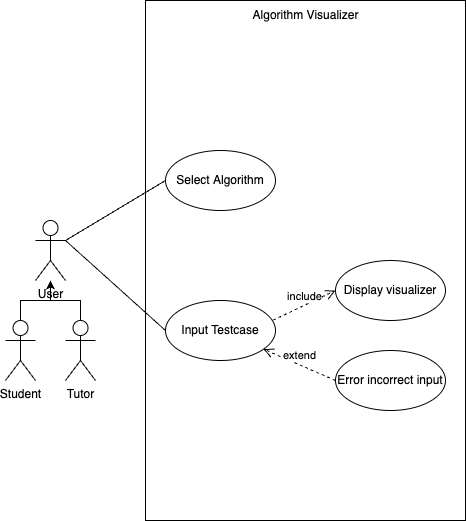
Above: Untitled Diagram.drawio.png in Mitansh007/SE (draw.io), before the change. Source tidied: cells renumbered, new cells last; positions are measured from the earlier drawing's top-left corner, leaving out a move shared by most shapes.
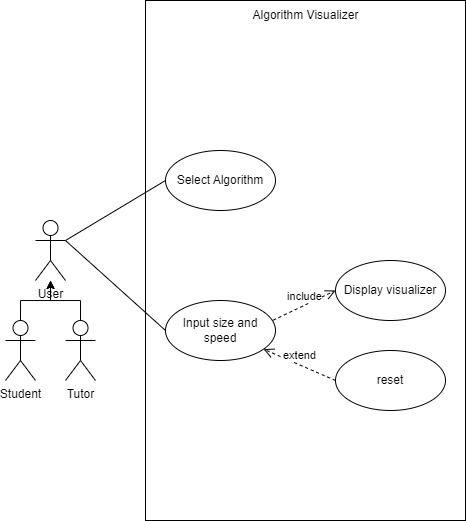
After the change.

The edit, as a diff of the source:
```diff
@@ -14,7 +14,7 @@
     <mxCell id="5" value="Select Algorithm" style="ellipse;whiteSpace=wrap;html=1;" parent="1" vertex="1">
       <mxGeometry x="160" y="150" width="110" height="60" as="geometry" />
     </mxCell>
-    <mxCell id="6" value="Input Testcase" style="ellipse;whiteSpace=wrap;html=1;" parent="1" vertex="1">
+    <mxCell id="6" value="Input size and speed" style="ellipse;whiteSpace=wrap;html=1;" parent="1" vertex="1">
       <mxGeometry x="160" y="300" width="110" height="60" as="geometry" />
     </mxCell>
     <mxCell id="7" style="endArrow=none;html=1;rounded=0;entryX=0;entryY=0.5;entryDx=0;entryDy=0;" parent="1" edge="1" target="5">
@@ -30,7 +30,7 @@
     <mxCell id="9" value="Display visualizer" style="ellipse;whiteSpace=wrap;html=1;" parent="1" vertex="1">
       <mxGeometry x="330" y="260" width="110" height="60" as="geometry" />
     </mxCell>
-    <mxCell id="10" value="Error incorrect input" style="ellipse;whiteSpace=wrap;html=1;" parent="1" vertex="1">
+    <mxCell id="10" value="reset" style="ellipse;whiteSpace=wrap;html=1;" parent="1" vertex="1">
       <mxGeometry x="330" y="350" width="110" height="60" as="geometry" />
     </mxCell>
     <mxCell id="11" value="extend" style="html=1;verticalAlign=bottom;endArrow=open;dashed=1;endSize=8;rounded=0;exitX=0;exitY=0.5;exitDx=0;exitDy=0;" parent="1" edge="1" source="10" target="6">
```
